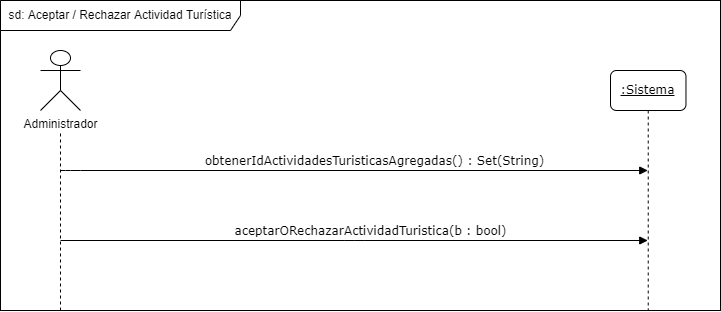
This is docs/Iteración 2/Análisis/DSS Estación de trabajo/AceptarRechazarActividadTuristica.png from FacundoDiaz00/Taller-de-Programaci-n, a draw.io export, as it was before one commit. Source tidied: cells renumbered, new cells last; positions are measured from the earlier drawing's top-left corner, leaving out a move shared by most shapes.
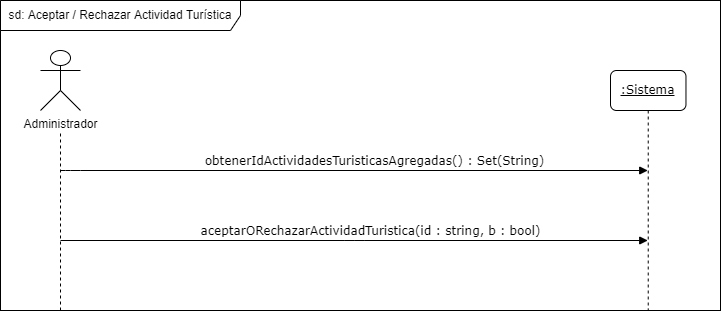
The same file after the commit.

What changed in the source:
```diff
@@ -28,7 +28,7 @@
     <mxCell id="7" value="&lt;u&gt;:Sistema&lt;/u&gt;" style="shape=umlLifeline;perimeter=lifelinePerimeter;whiteSpace=wrap;html=1;outlineConnect=0;rounded=1;shadow=0;comic=0;labelBackgroundColor=none;strokeWidth=1;fontFamily=Verdana;fontSize=12;align=center;" parent="1" vertex="1">
       <mxGeometry x="610" y="70" width="75.5" height="240" as="geometry" />
     </mxCell>
-    <mxCell id="8" value="aceptarORechazarActividadTuristica(b : bool)" style="html=1;verticalAlign=bottom;endArrow=block;labelBackgroundColor=none;fontFamily=Verdana;fontSize=12;edgeStyle=elbowEdgeStyle;elbow=vertical;" parent="1" edge="1">
+    <mxCell id="8" value="aceptarORechazarActividadTuristica(id : string, b : bool)" style="html=1;verticalAlign=bottom;endArrow=block;labelBackgroundColor=none;fontFamily=Verdana;fontSize=12;edgeStyle=elbowEdgeStyle;elbow=vertical;" parent="1" edge="1">
       <mxGeometry x="0.06" relative="1" as="geometry">
         <mxPoint x="60" y="240" as="sourcePoint" />
         <mxPoint x="647.2" y="240" as="targetPoint" />
```
